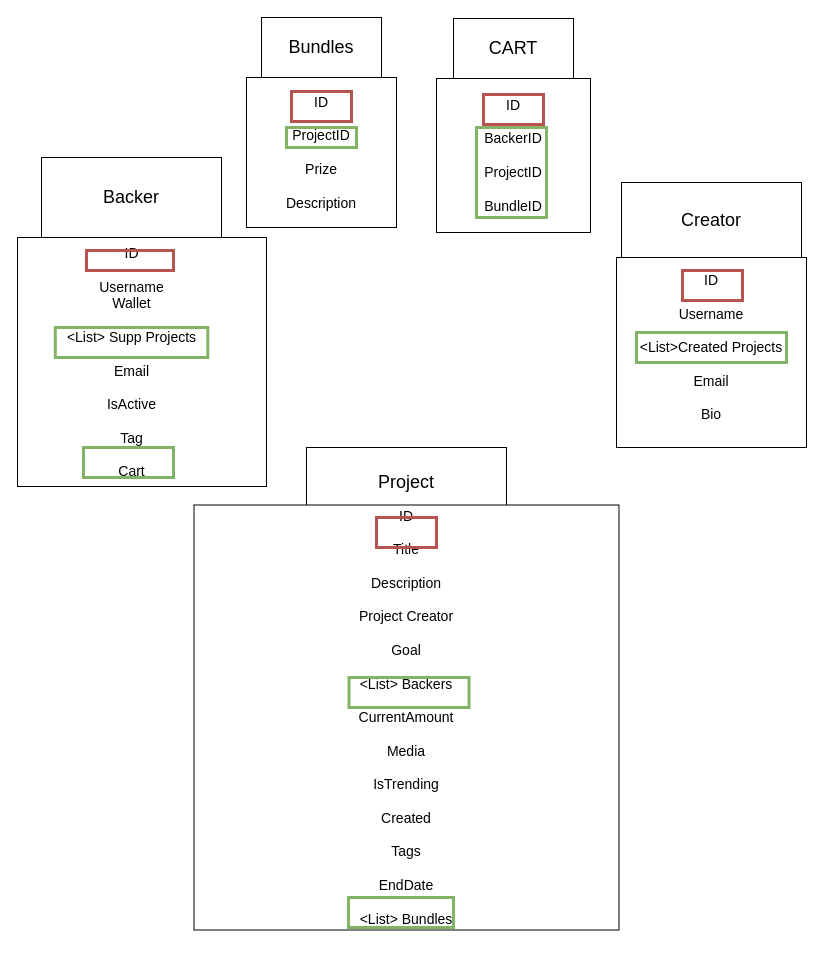
Above: MSAcademy-CP-ModelDiagram/MSAcademy-CP-ModelDiagram.drawio in illarios/MSAcademy-CrowdfundingProject (draw.io), before the change. Source tidied: cells renumbered, new cells numbered last; positions are measured from the earlier drawing's top-left corner, leaving out a move shared by most shapes. Both pictures are drawn from the tidied source at 100%, with x=0, y=0 at pixel (17, 17).
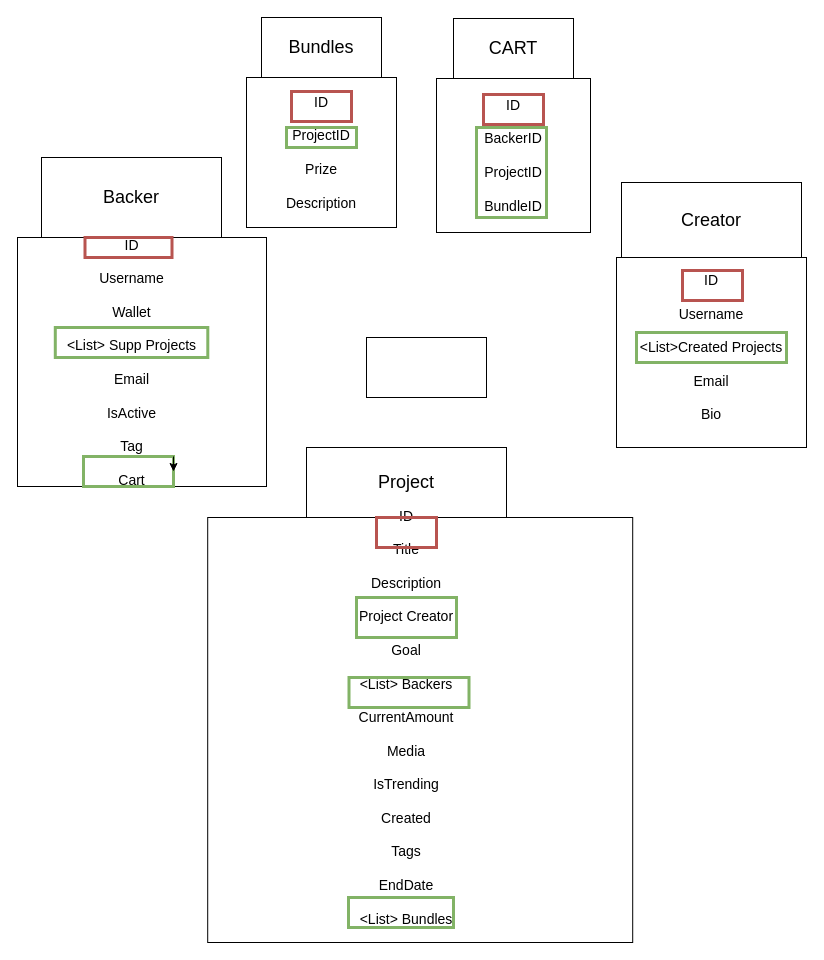
The same page after the edit.

The edit, as a diff of the source:
```diff
@@
-    <mxCell id="6" value="&lt;font style=&quot;font-size: 14px&quot;&gt;ID&lt;br&gt;&lt;br&gt;Username&lt;br&gt;Wallet&lt;br&gt;&lt;br&gt;&amp;lt;List&amp;gt; Supp Projects&lt;br&gt;&lt;br&gt;Email&lt;br&gt;&lt;br&gt;IsActive&lt;br&gt;&lt;br&gt;Tag&lt;br&gt;&lt;br&gt;Cart&lt;br&gt;&lt;/font&gt;" style="text;html=1;strokeColor=none;fillColor=none;align=center;verticalAlign=middle;whiteSpace=wrap;rounded=0;" parent="1" vertex="1">
+    <mxCell id="6" value="&lt;font style=&quot;font-size: 14px&quot;&gt;ID&lt;br&gt;&lt;br&gt;Username&lt;br&gt;&lt;br&gt;Wallet&lt;br&gt;&lt;br&gt;&amp;lt;List&amp;gt; Supp Projects&lt;br&gt;&lt;br&gt;Email&lt;br&gt;&lt;br&gt;IsActive&lt;br&gt;&lt;br&gt;Tag&lt;br&gt;&lt;br&gt;Cart&lt;br&gt;&lt;/font&gt;" style="text;html=1;strokeColor=none;fillColor=none;align=center;verticalAlign=middle;whiteSpace=wrap;rounded=0;" parent="1" vertex="1">
       <mxGeometry x="36.5" y="335" width="155" height="20" as="geometry" />
     </mxCell>
@@
     <mxCell id="9" style="whiteSpace=wrap;html=1;" parent="1" vertex="1">
-      <mxGeometry x="176.5" y="487.5" width="425" height="425" as="geometry" />
+      <mxGeometry x="190.2" y="500" width="425" height="425" as="geometry" />
     </mxCell>
@@
     <mxCell id="15" style="rounded=0;whiteSpace=wrap;html=1;strokeColor=#b85450;fillColor=none;strokeWidth=3;" parent="1" vertex="1">
-      <mxGeometry x="69" y="233" width="87" height="20" as="geometry" />
+      <mxGeometry x="67.5" y="220" width="87" height="20" as="geometry" />
     </mxCell>
@@
     <mxCell id="25" style="rounded=0;whiteSpace=wrap;html=1;strokeWidth=3;strokeColor=#82b366;fillColor=none;" parent="1" vertex="1">
-      <mxGeometry x="66" y="430" width="90" height="30" as="geometry" />
+      <mxGeometry x="66" y="439" width="90" height="30" as="geometry" />
     </mxCell>
@@
+    <mxCell id="27" style="rounded=0;whiteSpace=wrap;html=1;" parent="1" vertex="1">
+      <mxGeometry x="349" y="320" width="120" height="60" as="geometry" />
+    </mxCell>
+    <mxCell id="28" style="rounded=0;whiteSpace=wrap;html=1;strokeColor=#82b366;fillColor=none;strokeWidth=3;" parent="1" vertex="1">
+      <mxGeometry x="339" y="580" width="100" height="40" as="geometry" />
+    </mxCell>
+    <mxCell id="29" style="edgeStyle=orthogonalEdgeStyle;rounded=0;orthogonalLoop=1;jettySize=auto;html=1;exitX=1;exitY=0;exitDx=0;exitDy=0;entryX=1;entryY=0.5;entryDx=0;entryDy=0;" parent="1" edge="1" source="25" target="25">
+      <mxGeometry relative="1" as="geometry" />
+    </mxCell>
```
